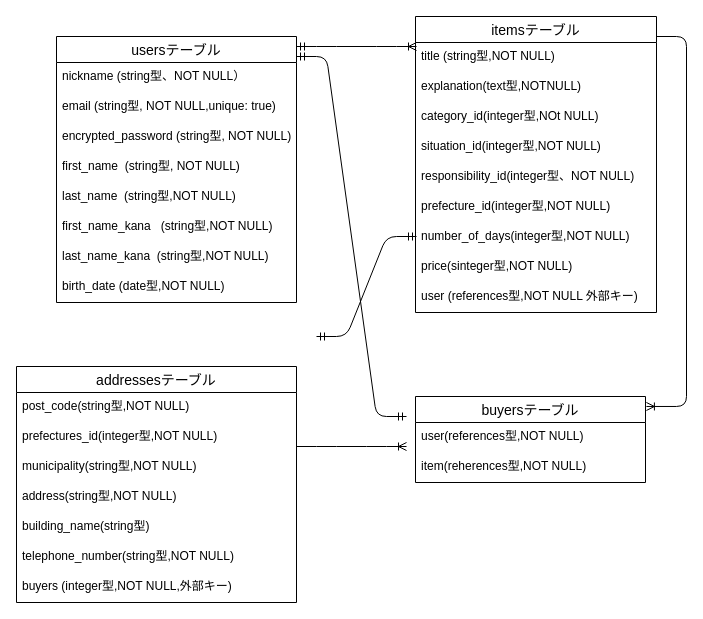
Before: furima.dio in yuta24git/furima-39586-2, a draw.io diagram. Source tidied: cells renumbered, new cells numbered last; positions are measured from the earlier drawing's top-left corner, leaving out a move shared by most shapes. Both pictures are drawn from the tidied source at 100%, with x=0, y=0 at pixel (16, 16).
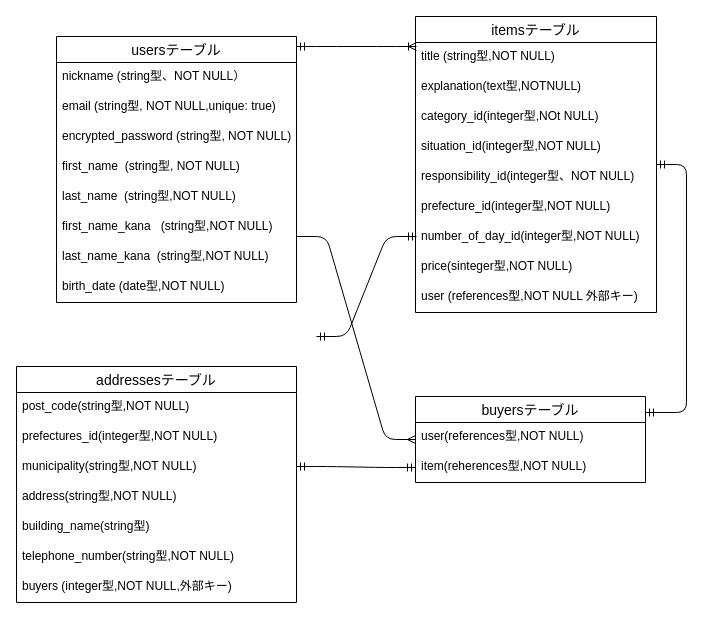
After the change.

Commit message (it also covers changes not shown here):
データベース設計の修正3

Unchanged cells that the change refers to:
```xml
<mxCell id="11" value="itemsテーブル" style="swimlane;fontStyle=0;horizontal=1;startSize=26;align=center;fontSize=14;" parent="1" vertex="1">
  <mxGeometry x="399" width="241" height="296" as="geometry" />
</mxCell>
<mxCell id="31" value="buyersテーブル" style="swimlane;fontStyle=0;horizontal=1;startSize=26;align=center;fontSize=14;" parent="1" vertex="1">
  <mxGeometry x="399" y="380" width="230" height="86" as="geometry" />
</mxCell>
<mxCell id="33" value="item(reherences型,NOT NULL)" style="text;strokeColor=none;fillColor=none;spacingLeft=4;spacingRight=4;overflow=hidden;points=[[0,0.5],[1,0.5]];portConstraint=eastwest;fontSize=12;" parent="31" vertex="1">
  <mxGeometry y="56" width="230" height="30" as="geometry" />
</mxCell>
```

Diff of the diagram source:
```diff
@@
-    <mxCell id="18" value="number_of_days(integer型,NOT NULL)" style="text;strokeColor=none;fillColor=none;spacingLeft=4;spacingRight=4;overflow=hidden;fontSize=12;" parent="11" vertex="1">
+    <mxCell id="18" value="number_of_day_id(integer型,NOT NULL)" style="text;strokeColor=none;fillColor=none;spacingLeft=4;spacingRight=4;overflow=hidden;fontSize=12;" parent="11" vertex="1">
       <mxGeometry y="206" width="241" height="30" as="geometry" />
     </mxCell>
@@
-    <mxCell id="29" style="edgeStyle=entityRelationEdgeStyle;fontSize=12;html=1;endArrow=ERmandOne;startArrow=ERmandOne;" parent="1" edge="1">
-      <mxGeometry relative="1" as="geometry">
-        <mxPoint x="280" y="40" as="sourcePoint" />
-        <mxPoint x="390" y="400" as="targetPoint" />
-      </mxGeometry>
-    </mxCell>
@@
-    <mxCell id="35" style="edgeStyle=entityRelationEdgeStyle;fontSize=12;html=1;endArrow=ERoneToMany;entryX=-0.039;entryY=-0.2;entryDx=0;entryDy=0;entryPerimeter=0;" parent="1" edge="1" target="33">
-      <mxGeometry relative="1" as="geometry">
-        <mxPoint x="280" y="430" as="sourcePoint" />
-      </mxGeometry>
-    </mxCell>
-    <mxCell id="36" style="edgeStyle=entityRelationEdgeStyle;fontSize=12;html=1;endArrow=ERoneToMany;entryX=1.004;entryY=0.116;entryDx=0;entryDy=0;entryPerimeter=0;" parent="1" edge="1" target="31">
-      <mxGeometry relative="1" as="geometry">
-        <mxPoint x="640" y="20" as="sourcePoint" />
-      </mxGeometry>
-    </mxCell>
+    <mxCell id="37" style="edgeStyle=entityRelationEdgeStyle;fontSize=12;html=1;endArrow=ERmandOne;startArrow=ERmandOne;" parent="1" edge="1" target="11">
+      <mxGeometry relative="1" as="geometry">
+        <mxPoint x="629" y="396" as="sourcePoint" />
+      </mxGeometry>
+    </mxCell>
+    <mxCell id="38" style="edgeStyle=entityRelationEdgeStyle;fontSize=12;html=1;endArrow=ERmandOne;startArrow=ERmandOne;" parent="1" edge="1" target="33">
+      <mxGeometry relative="1" as="geometry">
+        <mxPoint x="280" y="450" as="sourcePoint" />
+      </mxGeometry>
+    </mxCell>
+    <mxCell id="39" style="edgeStyle=entityRelationEdgeStyle;fontSize=12;html=1;endArrow=ERmany;" parent="1" edge="1" target="31">
+      <mxGeometry relative="1" as="geometry">
+        <mxPoint x="280" y="220" as="sourcePoint" />
+      </mxGeometry>
+    </mxCell>
```
